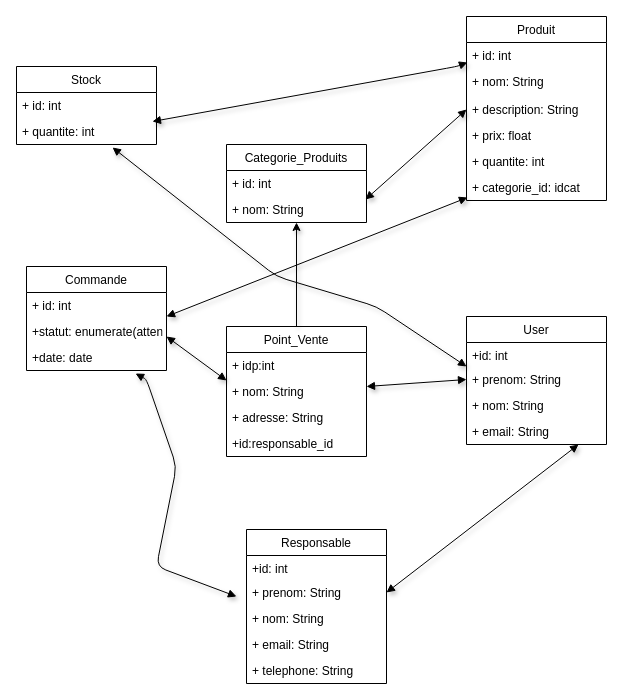
Noum684/Stock_Management keeps this draw.io diagram as UML/Class.drawio. Above is the earlier version. Source tidied: cells renumbered, new cells numbered last; positions are measured from the earlier drawing's top-left corner, leaving out a move shared by most shapes. Both pictures are drawn from the tidied source at 100%, with x=0, y=0 at pixel (16, 16).
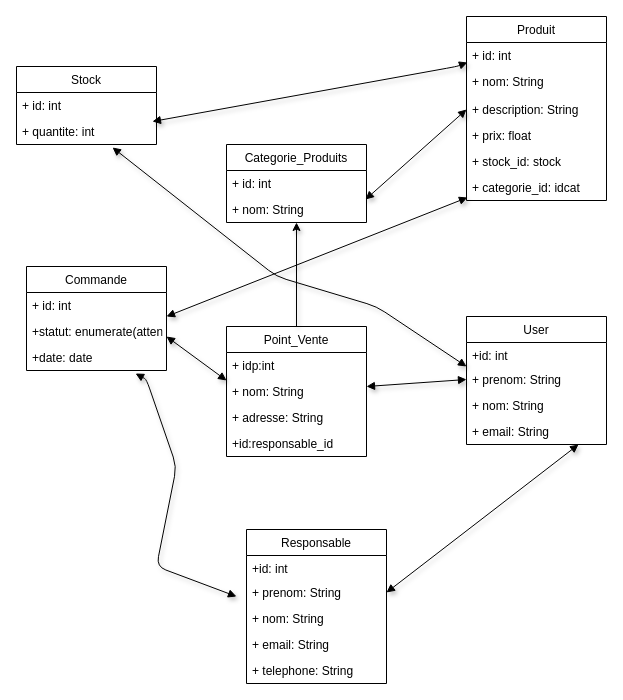
Above is the later version.

Commit message (it also covers changes not shown here):
Modification de la table stock

Unchanged cells that the change refers to:
```xml
<mxCell id="23" value="Produit" style="swimlane;fontStyle=0;horizontal=1;startSize=26;fillColor=none;" parent="1" vertex="1">
  <mxGeometry x="450" width="140" height="184" as="geometry" />
</mxCell>
```

What changed in the source:
```diff
@@
-    <mxCell id="28" value="+ quantite: int" style="text;strokeColor=none;fillColor=none;align=left;verticalAlign=top;spacingLeft=4;spacingRight=4;overflow=hidden;" parent="23" vertex="1">
+    <mxCell id="28" value="+ stock_id: stock" style="text;strokeColor=none;fillColor=none;align=left;verticalAlign=top;spacingLeft=4;spacingRight=4;overflow=hidden;" parent="23" vertex="1">
       <mxGeometry y="132" width="140" height="26" as="geometry" />
     </mxCell>
```
